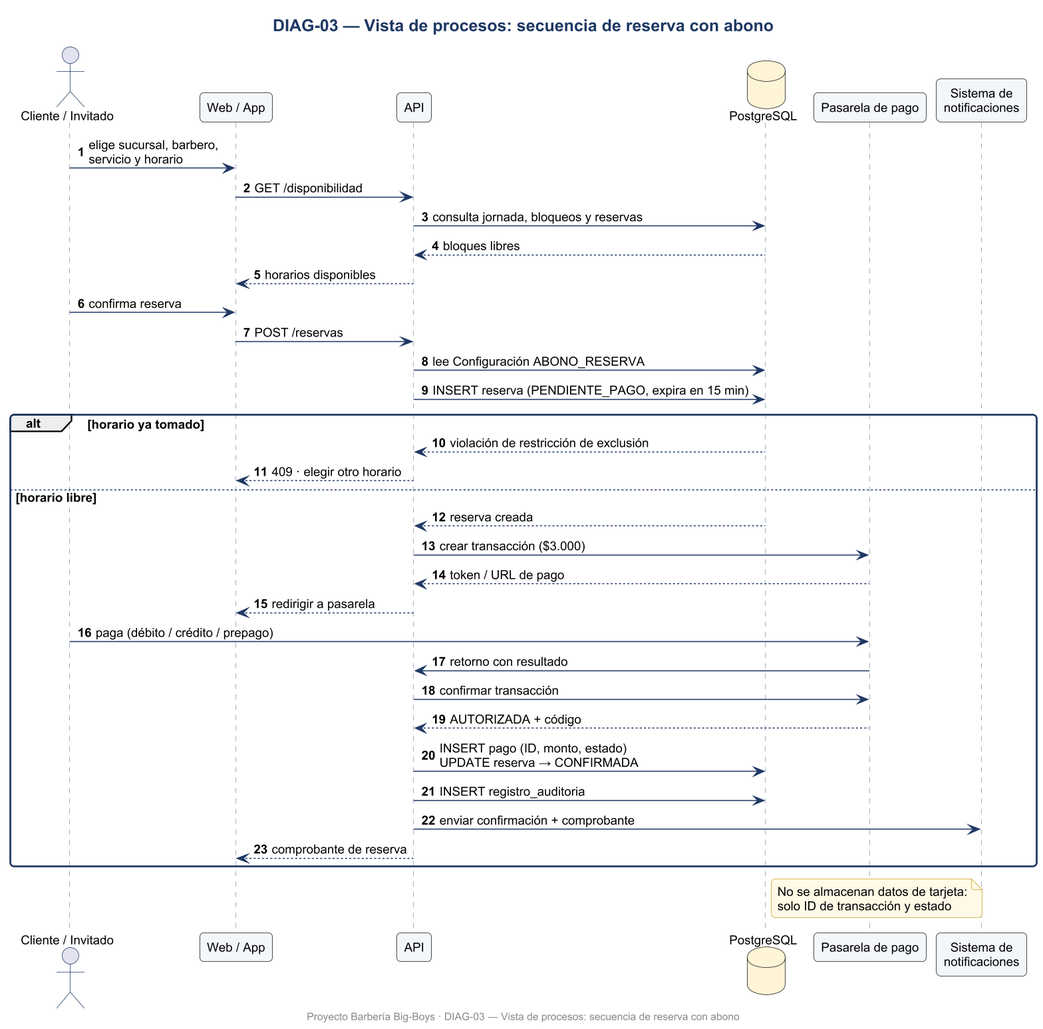
This is Fase 2/Evidencias Proyecto/Evidencias de documentación/Diagramas/png/DIAG-03_Vista_de_procesos_secuencia_de_reserva_con_abono.png from Yerko-Rosales/Proyecto_Barberia, a PlantUML export, as it was before one commit.
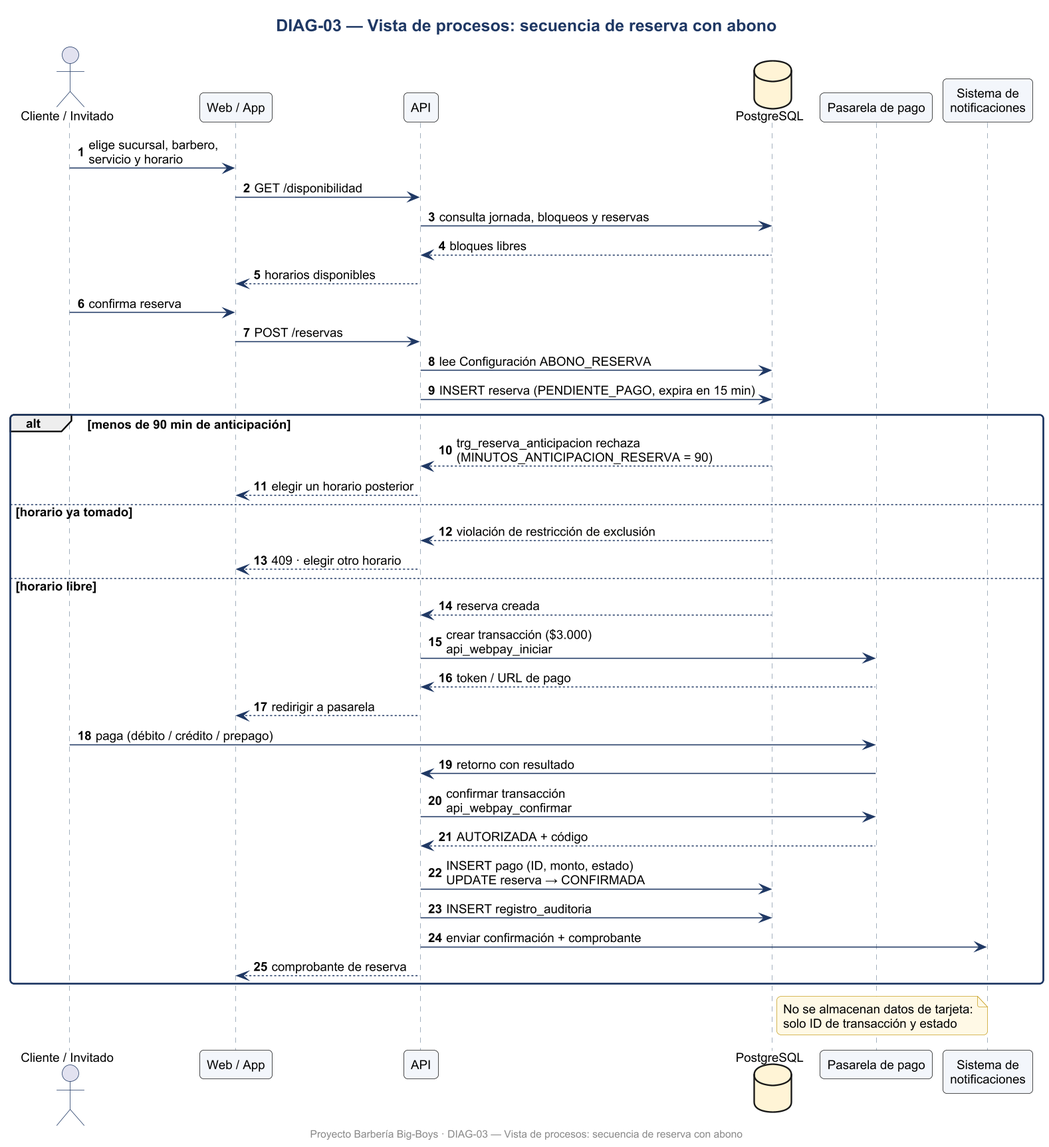
The same file after the commit.

The edit, as a diff of the source:
```diff
@@ -50,17 +50,20 @@
 UI -> API : POST /reservas
 API -> DB : lee Configuración ABONO_RESERVA
 API -> DB : INSERT reserva (PENDIENTE_PAGO, expira en 15 min)
-alt horario ya tomado
+alt menos de 90 min de anticipación
+  DB --> API : trg_reserva_anticipacion rechaza\n(MINUTOS_ANTICIPACION_RESERVA = 90)
+  API --> UI : elegir un horario posterior
+else horario ya tomado
   DB --> API : violación de restricción de exclusión
   API --> UI : 409 · elegir otro horario
 else horario libre
   DB --> API : reserva creada
-  API -> PAS : crear transacción ($3.000)
+  API -> PAS : crear transacción ($3.000)\napi_webpay_iniciar
   PAS --> API : token / URL de pago
   API --> UI : redirigir a pasarela
   C -> PAS : paga (débito / crédito / prepago)
   PAS -> API : retorno con resultado
-  API -> PAS : confirmar transacción
+  API -> PAS : confirmar transacción\napi_webpay_confirmar
   PAS --> API : AUTORIZADA + código
   API -> DB : INSERT pago (ID, monto, estado)\nUPDATE reserva → CONFIRMADA
   API -> DB : INSERT registro_auditoria
```
